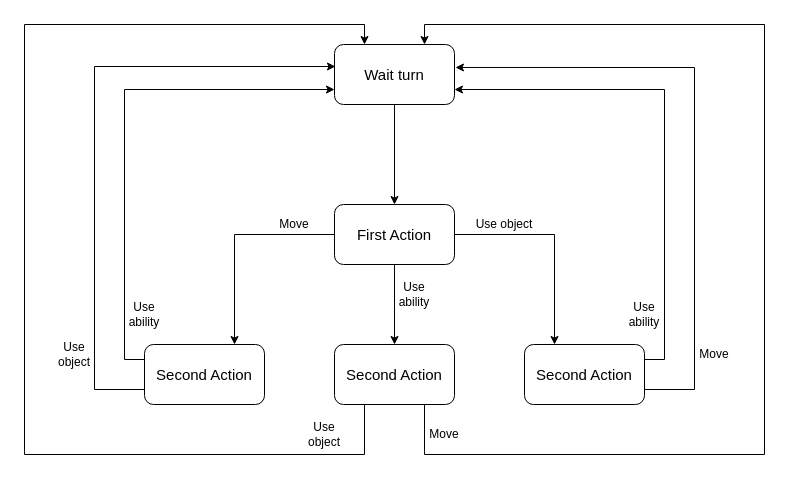
Earlier version of the draw.io diagram Documentation/Diagrams/Combat_mode.drawio (andreacarrarini/HP_The_Dark_Lady_awakens). Source tidied: cells renumbered, new cells numbered last; positions are measured from the earlier drawing's top-left corner, leaving out a move shared by most shapes. Both pictures are drawn from the tidied source at 100%, with x=0, y=0 at pixel (24, 24).
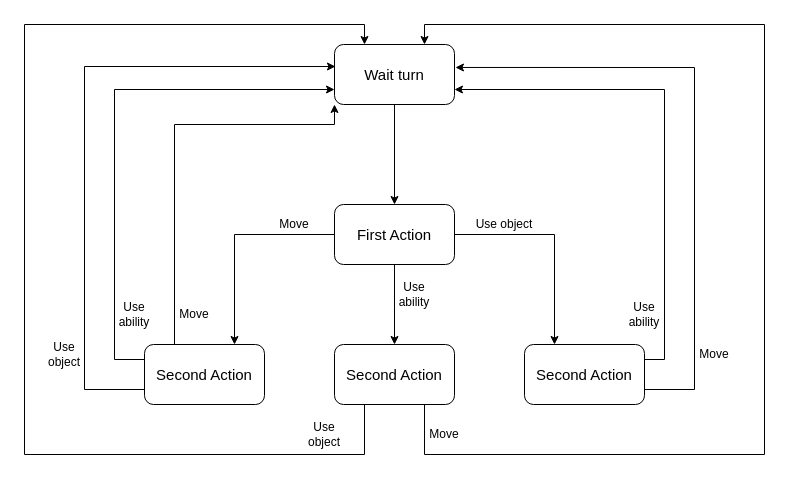
After the change.

Commit message (it also covers changes not shown here):
- added some reference images - changed the combat_mode diagram

The change refers to these unchanged cells:
```xml
<mxCell id="3" value="&lt;font style=&quot;font-size: 15px&quot;&gt;Wait turn&lt;/font&gt;" style="rounded=1;whiteSpace=wrap;html=1;" parent="1" vertex="1">
  <mxGeometry x="310" y="20" width="120" height="60" as="geometry" />
</mxCell>
<mxCell id="13" value="&lt;font style=&quot;font-size: 15px&quot;&gt;Second Action&lt;/font&gt;" style="rounded=1;whiteSpace=wrap;html=1;" parent="1" vertex="1">
  <mxGeometry x="120" y="320" width="120" height="60" as="geometry" />
</mxCell>
```

The edit, as a diff of the source:
```diff
@@
     <mxCell id="11" style="edgeStyle=orthogonalEdgeStyle;rounded=0;jettySize=auto;html=1;exitX=0;exitY=0.25;exitDx=0;exitDy=0;entryX=0;entryY=0.75;entryDx=0;entryDy=0;" parent="1" edge="1" source="13" target="3">
-      <mxGeometry relative="1" as="geometry" />
+      <mxGeometry relative="1" as="geometry">
+        <Array as="points">
+          <mxPoint x="90" y="335" />
+          <mxPoint x="90" y="65" />
+        </Array>
+      </mxGeometry>
     </mxCell>
     <mxCell id="12" style="edgeStyle=orthogonalEdgeStyle;rounded=0;jettySize=auto;html=1;exitX=0;exitY=0.75;exitDx=0;exitDy=0;entryX=0.008;entryY=0.367;entryDx=0;entryDy=0;entryPerimeter=0;" parent="1" edge="1" source="13" target="3">
       <mxGeometry relative="1" as="geometry">
         <Array as="points">
-          <mxPoint x="70" y="365" />
-          <mxPoint x="70" y="42" />
+          <mxPoint x="60" y="365" />
+          <mxPoint x="60" y="42" />
         </Array>
       </mxGeometry>
     </mxCell>
+    <mxCell id="26" style="edgeStyle=orthogonalEdgeStyle;rounded=0;jettySize=auto;html=1;exitX=0.25;exitY=0;exitDx=0;exitDy=0;entryX=0;entryY=1;entryDx=0;entryDy=0;" parent="1" edge="1" source="13" target="3">
+      <mxGeometry relative="1" as="geometry">
+        <Array as="points">
+          <mxPoint x="150" y="100" />
+          <mxPoint x="310" y="100" />
+        </Array>
+      </mxGeometry>
+    </mxCell>
@@
     <mxCell id="20" value="Use ability" style="text;html=1;strokeColor=none;fillColor=none;align=center;verticalAlign=middle;whiteSpace=wrap;rounded=0;" parent="1" vertex="1">
-      <mxGeometry x="100" y="280" width="40" height="20" as="geometry" />
+      <mxGeometry x="90" y="280" width="40" height="20" as="geometry" />
     </mxCell>
     <mxCell id="21" value="Use object" style="text;html=1;strokeColor=none;fillColor=none;align=center;verticalAlign=middle;whiteSpace=wrap;rounded=0;" parent="1" vertex="1">
-      <mxGeometry x="30" y="320" width="40" height="20" as="geometry" />
+      <mxGeometry x="20" y="320" width="40" height="20" as="geometry" />
     </mxCell>
@@
+    <mxCell id="27" value="Move" style="text;html=1;strokeColor=none;fillColor=none;align=center;verticalAlign=middle;whiteSpace=wrap;rounded=0;" parent="1" vertex="1">
+      <mxGeometry x="150" y="280" width="40" height="20" as="geometry" />
+    </mxCell>
```
